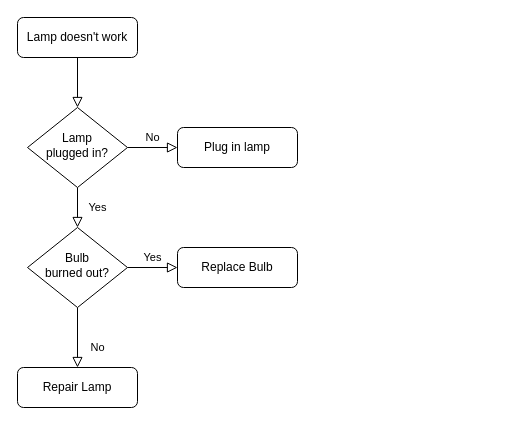
Earlier version of the draw.io diagram 任务办理的流程.drawio (fzon0902/DRAWIO-PICS). Source tidied: cells renumbered, new cells numbered last; positions are measured from the earlier drawing's top-left corner, leaving out a move shared by most shapes. Both pictures are drawn from the tidied source at 100%, with x=0, y=0 at pixel (17, 17).
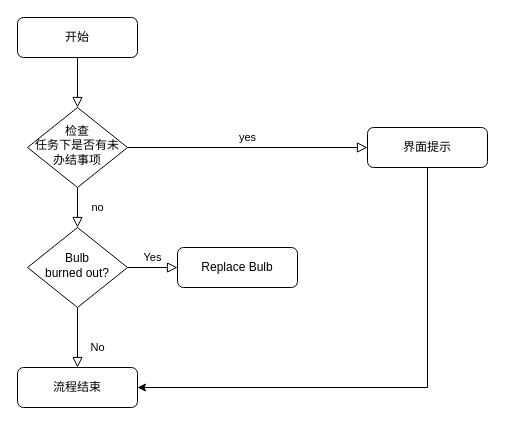
After the change.

Commit message:
更新任务办理的流程.drawio

What changed in the source:
```diff
@@
 <mxGraphModel>
   <root>
     <mxCell id="0" />
     <mxCell id="1" parent="0" />
     <mxCell id="2" style="rounded=0;html=1;jettySize=auto;fontSize=11;endArrow=block;endFill=0;endSize=8;strokeWidth=1;shadow=0;labelBackgroundColor=none;edgeStyle=orthogonalEdgeStyle;" parent="1" edge="1" source="3" target="6">
       <mxGeometry relative="1" as="geometry" />
     </mxCell>
-    <mxCell id="3" value="Lamp doesn't work" style="rounded=1;whiteSpace=wrap;html=1;fontSize=12;glass=0;strokeWidth=1;shadow=0;" parent="1" vertex="1">
+    <mxCell id="3" value="开始" style="rounded=1;whiteSpace=wrap;html=1;fontSize=12;glass=0;strokeWidth=1;shadow=0;" parent="1" vertex="1">
       <mxGeometry width="120" height="40" as="geometry" />
     </mxCell>
-    <mxCell id="4" value="Yes" style="rounded=0;html=1;jettySize=auto;fontSize=11;endArrow=block;endFill=0;endSize=8;strokeWidth=1;shadow=0;labelBackgroundColor=none;edgeStyle=orthogonalEdgeStyle;" parent="1" edge="1" source="6" target="10">
+    <mxCell id="4" value="no" style="rounded=0;html=1;jettySize=auto;fontSize=11;endArrow=block;endFill=0;endSize=8;strokeWidth=1;shadow=0;labelBackgroundColor=none;edgeStyle=orthogonalEdgeStyle;" parent="1" edge="1" source="6" target="10">
       <mxGeometry y="20" relative="1" as="geometry" />
     </mxCell>
-    <mxCell id="5" value="No" style="edgeStyle=orthogonalEdgeStyle;rounded=0;html=1;jettySize=auto;fontSize=11;endArrow=block;endFill=0;endSize=8;strokeWidth=1;shadow=0;labelBackgroundColor=none;" parent="1" edge="1" source="6" target="7">
+    <mxCell id="5" value="yes" style="edgeStyle=orthogonalEdgeStyle;rounded=0;html=1;jettySize=auto;fontSize=11;endArrow=block;endFill=0;endSize=8;strokeWidth=1;shadow=0;labelBackgroundColor=none;" parent="1" edge="1" source="6" target="7">
       <mxGeometry y="10" relative="1" as="geometry" />
     </mxCell>
-    <mxCell id="6" value="Lamp&lt;br&gt;plugged in?" style="rhombus;whiteSpace=wrap;html=1;shadow=0;fontFamily=Helvetica;fontSize=12;align=center;strokeWidth=1;spacing=6;spacingTop=-4;" parent="1" vertex="1">
+    <mxCell id="6" value="检查&lt;br&gt;任务下是否有未办结事项" style="rhombus;whiteSpace=wrap;html=1;shadow=0;fontFamily=Helvetica;fontSize=12;align=center;strokeWidth=1;spacing=6;spacingTop=-4;" parent="1" vertex="1">
       <mxGeometry x="10" y="90" width="100" height="80" as="geometry" />
     </mxCell>
+    <mxCell id="13" style="edgeStyle=orthogonalEdgeStyle;rounded=0;jettySize=auto;html=1;entryX=1;entryY=0.5;entryDx=0;entryDy=0;" parent="1" edge="1" source="7" target="11">
+      <mxGeometry relative="1" as="geometry">
+        <Array as="points">
+          <mxPoint x="410" y="370" />
+        </Array>
+      </mxGeometry>
+    </mxCell>
-    <mxCell id="7" value="Plug in lamp" style="rounded=1;whiteSpace=wrap;html=1;fontSize=12;glass=0;strokeWidth=1;shadow=0;" parent="1" vertex="1">
-      <mxGeometry x="160" y="110" width="120" height="40" as="geometry" />
+    <mxCell id="7" value="界面提示" style="rounded=1;whiteSpace=wrap;html=1;fontSize=12;glass=0;strokeWidth=1;shadow=0;" parent="1" vertex="1">
+      <mxGeometry x="350" y="110" width="120" height="40" as="geometry" />
     </mxCell>
     <mxCell id="8" value="No" style="rounded=0;html=1;jettySize=auto;fontSize=11;endArrow=block;endFill=0;endSize=8;strokeWidth=1;shadow=0;labelBackgroundColor=none;edgeStyle=orthogonalEdgeStyle;" parent="1" edge="1" source="10" target="11">
       <mxGeometry x="0.33" y="20" relative="1" as="geometry" />
     </mxCell>
     <mxCell id="9" value="Yes" style="edgeStyle=orthogonalEdgeStyle;rounded=0;html=1;jettySize=auto;fontSize=11;endArrow=block;endFill=0;endSize=8;strokeWidth=1;shadow=0;labelBackgroundColor=none;" parent="1" edge="1" source="10" target="12">
       <mxGeometry y="10" relative="1" as="geometry" />
     </mxCell>
     <mxCell id="10" value="Bulb&lt;br&gt;burned out?" style="rhombus;whiteSpace=wrap;html=1;shadow=0;fontFamily=Helvetica;fontSize=12;align=center;strokeWidth=1;spacing=6;spacingTop=-4;" parent="1" vertex="1">
       <mxGeometry x="10" y="210" width="100" height="80" as="geometry" />
     </mxCell>
-    <mxCell id="11" value="Repair Lamp" style="rounded=1;whiteSpace=wrap;html=1;fontSize=12;glass=0;strokeWidth=1;shadow=0;" parent="1" vertex="1">
+    <mxCell id="11" value="流程结束" style="rounded=1;whiteSpace=wrap;html=1;fontSize=12;glass=0;strokeWidth=1;shadow=0;" parent="1" vertex="1">
       <mxGeometry y="350" width="120" height="40" as="geometry" />
     </mxCell>
     <mxCell id="12" value="Replace Bulb" style="rounded=1;whiteSpace=wrap;html=1;fontSize=12;glass=0;strokeWidth=1;shadow=0;" parent="1" vertex="1">
       <mxGeometry x="160" y="230" width="120" height="40" as="geometry" />
     </mxCell>
   </root>
 </mxGraphModel>
```
